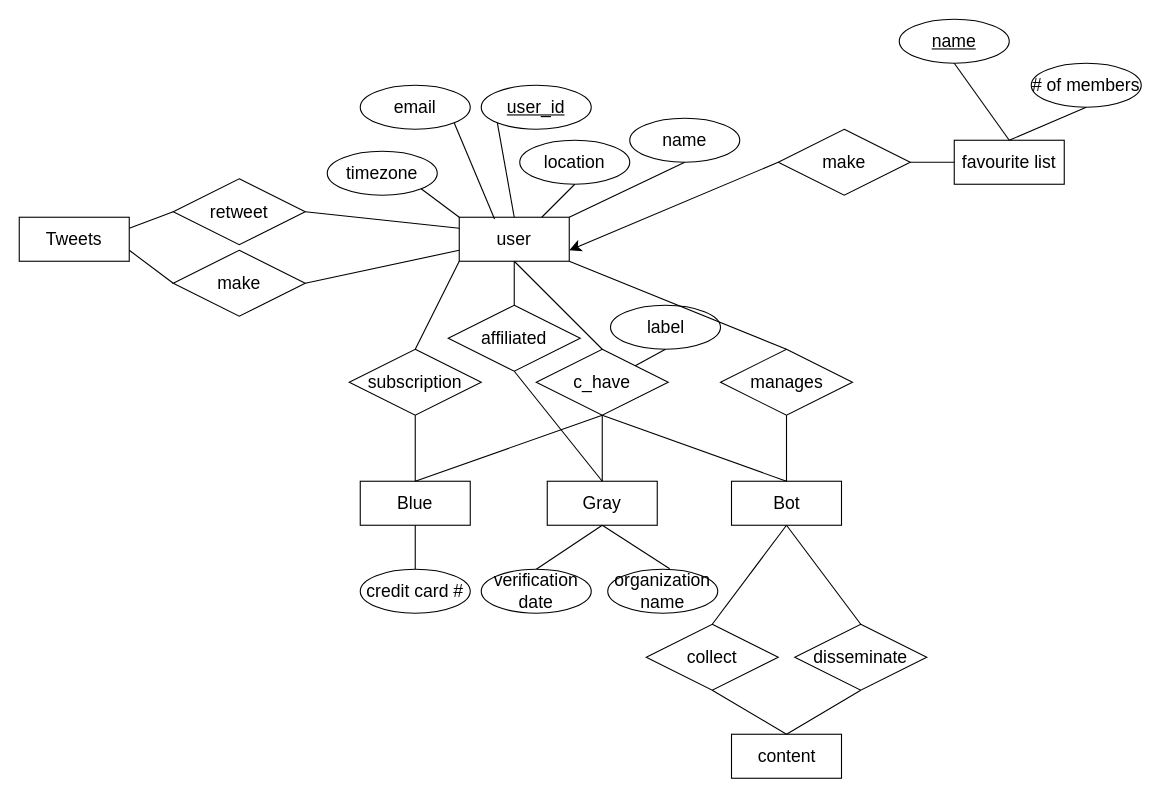
Above: Part1/Daniel/Untitled Diagram.drawio in slappy163/291-Assignment-1 (draw.io), before the change. Source tidied: cells renumbered, new cells numbered last; positions are measured from the earlier drawing's top-left corner, leaving out a move shared by most shapes. Both pictures are drawn from the tidied source at 110%, with x=0, y=0 at pixel (19, 19).
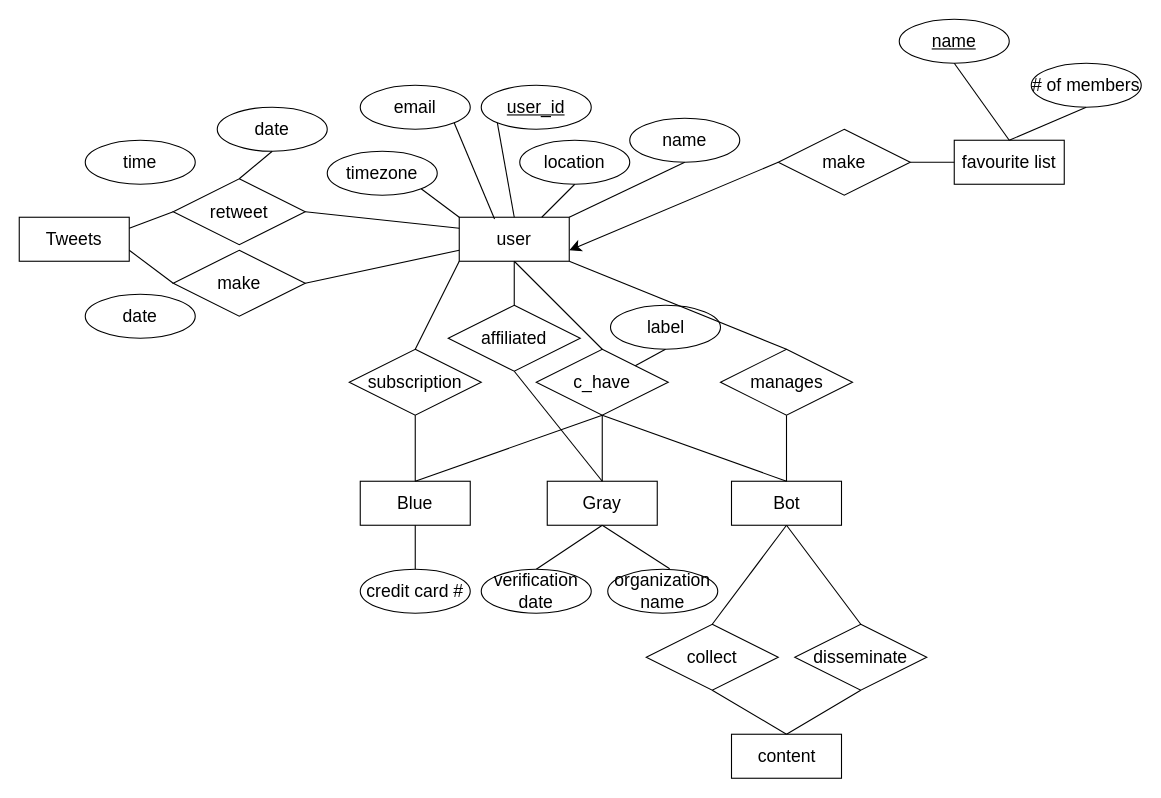
Above is the later version.

Unchanged cells that the change refers to:
```xml
<mxCell id="54" value="retweet" style="shape=rhombus;perimeter=rhombusPerimeter;whiteSpace=wrap;html=1;align=center;fontSize=16;" parent="1" vertex="1">
  <mxGeometry x="140" y="145" width="120" height="60" as="geometry" />
</mxCell>
```

Change to the diagram source:
```diff
@@
+    <mxCell id="60" value="date" style="ellipse;whiteSpace=wrap;html=1;align=center;fontSize=16;" parent="1" vertex="1">
+      <mxGeometry x="60" y="250" width="100" height="40" as="geometry" />
+    </mxCell>
+    <mxCell id="61" value="time" style="ellipse;whiteSpace=wrap;html=1;align=center;fontSize=16;" parent="1" vertex="1">
+      <mxGeometry x="60" y="110" width="100" height="40" as="geometry" />
+    </mxCell>
+    <mxCell id="62" value="date" style="ellipse;whiteSpace=wrap;html=1;align=center;fontSize=16;" parent="1" vertex="1">
+      <mxGeometry x="180" y="80" width="100" height="40" as="geometry" />
+    </mxCell>
+    <mxCell id="63" style="endArrow=none;html=1;rounded=0;fontSize=12;startSize=8;endSize=8;curved=1;exitX=0.5;exitY=0;exitDx=0;exitDy=0;entryX=0.5;entryY=1;entryDx=0;entryDy=0;" parent="1" edge="1" source="54" target="62">
+      <mxGeometry relative="1" as="geometry" />
+    </mxCell>
```
